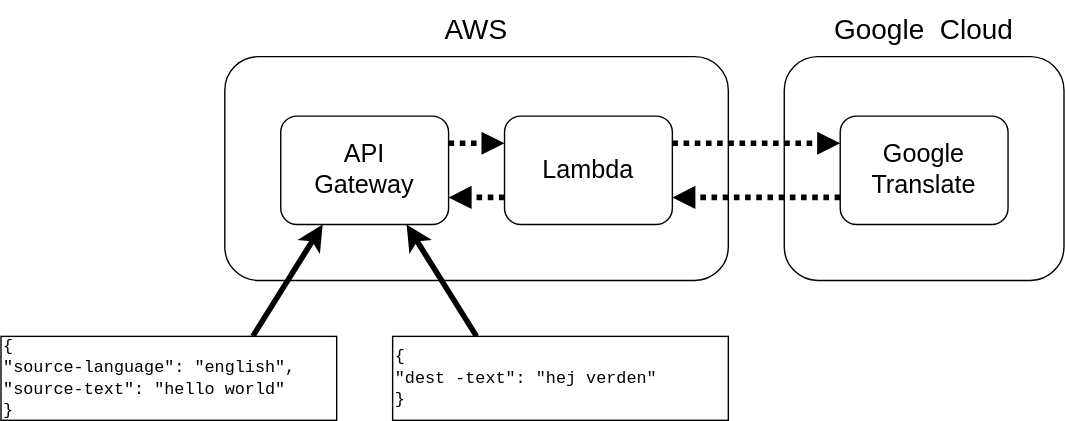
Earlier version of the draw.io export infra.drawio.svg (JavaanseHZ/pulumi-aws-lambda-infra). Source tidied: cells renumbered, new cells last; positions are measured from the earlier drawing's top-left corner, leaving out a move shared by most shapes.
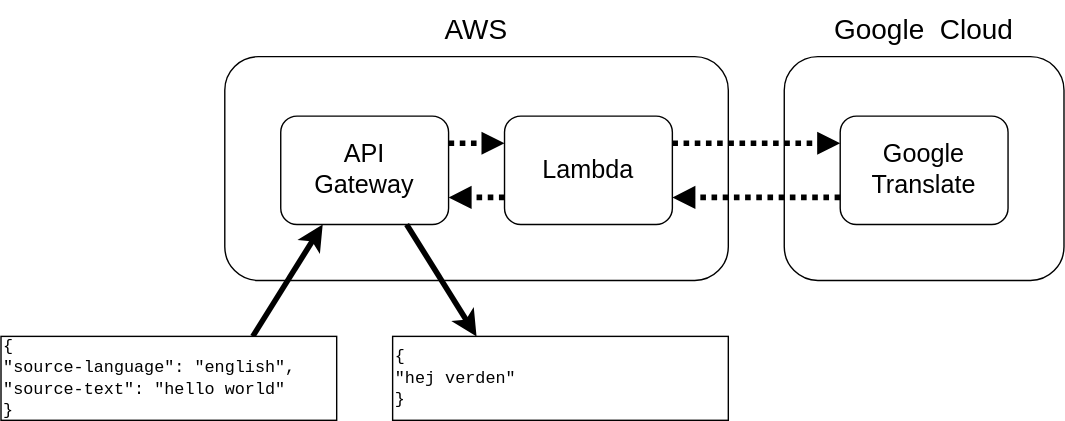
The same file after the commit.

Diff of the diagram source:
```diff
@@ -41,10 +41,10 @@
     <mxCell id="14" style="endArrow=block;startArrow=none;html=1;entryX=1;entryY=0.75;entryDx=0;entryDy=0;startFill=0;strokeWidth=4;endFill=1;jumpStyle=none;dashed=1;dashPattern=1 1;exitX=0;exitY=0.75;exitDx=0;exitDy=0;" parent="1" edge="1" source="4" target="3">
       <mxGeometry relative="1" as="geometry" />
     </mxCell>
-    <mxCell id="15" style="endArrow=classic;html=1;entryX=0.75;entryY=1;entryDx=0;entryDy=0;strokeWidth=4;exitX=0.25;exitY=0;exitDx=0;exitDy=0;" parent="1" edge="1" source="16" target="3">
+    <mxCell id="15" style="endArrow=classic;html=1;entryX=0.25;entryY=0;entryDx=0;entryDy=0;strokeWidth=4;exitX=0.75;exitY=1;exitDx=0;exitDy=0;" parent="1" edge="1" source="3" target="16">
       <mxGeometry relative="1" as="geometry" />
     </mxCell>
-    <mxCell id="16" value="&lt;font face=&quot;Courier New&quot;&gt;{&lt;/font&gt;&lt;div&gt;&lt;font face=&quot;Courier New&quot;&gt;&amp;nbsp; &quot;dest&lt;/font&gt;&lt;span style=&quot;font-family: &amp;quot;Courier New&amp;quot;; background-color: transparent;&quot;&gt;-text&quot;: &quot;hej verden&quot;&lt;/span&gt;&lt;/div&gt;&lt;div&gt;&lt;font face=&quot;Courier New&quot;&gt;}&lt;/font&gt;&lt;/div&gt;" style="rounded=0;whiteSpace=wrap;html=1;align=left;" parent="1" vertex="1">
+    <mxCell id="16" value="&lt;font face=&quot;Courier New&quot;&gt;{&lt;/font&gt;&lt;div&gt;&lt;font face=&quot;Courier New&quot;&gt;&amp;nbsp; &lt;/font&gt;&lt;span style=&quot;font-family: &amp;quot;Courier New&amp;quot;; background-color: transparent;&quot;&gt;&quot;hej verden&quot;&lt;/span&gt;&lt;/div&gt;&lt;div&gt;&lt;font face=&quot;Courier New&quot;&gt;}&lt;/font&gt;&lt;/div&gt;" style="rounded=0;whiteSpace=wrap;html=1;align=left;" parent="1" vertex="1">
       <mxGeometry x="280" y="240" width="240" height="60" as="geometry" />
     </mxCell>
   </root>
```
